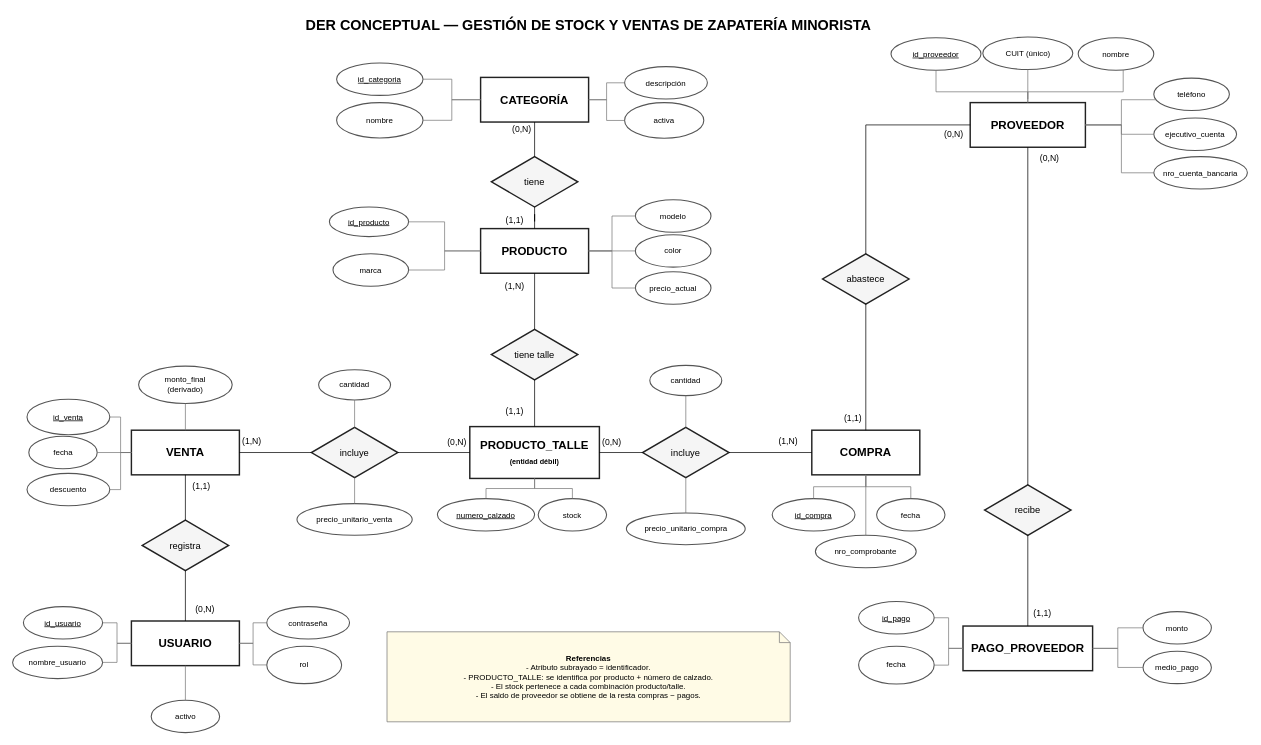
Before: tp_zapateria.drawio in migmik/BD-DER, a draw.io diagram. Source tidied: cells renumbered, new cells numbered last; positions are measured from the earlier drawing's top-left corner, leaving out a move shared by most shapes. Both pictures are drawn from the tidied source at 72%, with x=0, y=0 at pixel (12, 12).
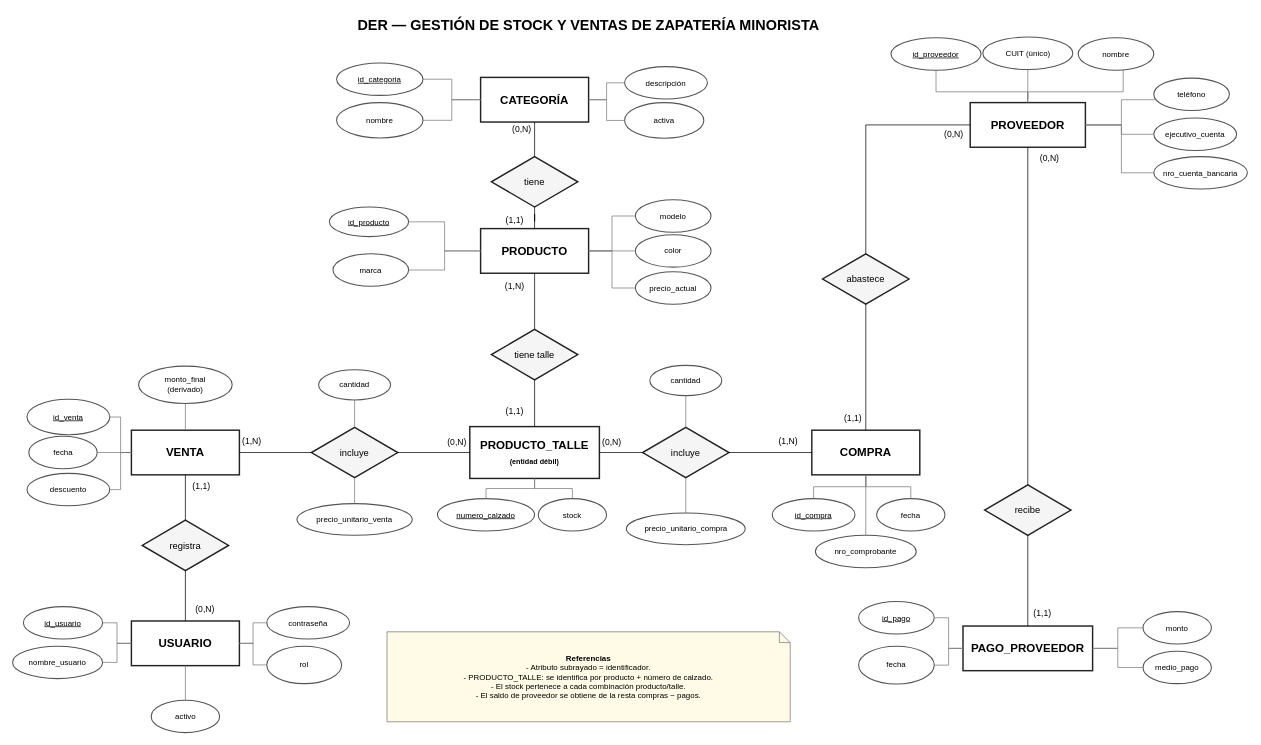
After the change.

What changed in the source:
```diff
@@
-    <mxCell id="2" value="&lt;b&gt;DER CONCEPTUAL — GESTIÓN DE STOCK Y VENTAS DE ZAPATERÍA MINORISTA&lt;/b&gt;" style="text;html=1;strokeColor=none;fillColor=none;align=center;verticalAlign=middle;whiteSpace=wrap;rounded=0;fontSize=20;fontStyle=0;" parent="1" vertex="1">
+    <mxCell id="2" value="&lt;b&gt;DER — GESTIÓN DE STOCK Y VENTAS DE ZAPATERÍA MINORISTA&lt;/b&gt;" style="text;html=1;strokeColor=none;fillColor=none;align=center;verticalAlign=middle;whiteSpace=wrap;rounded=0;fontSize=20;fontStyle=0;" parent="1" vertex="1">
       <mxGeometry x="300" width="1000" height="34" as="geometry" />
     </mxCell>
```
